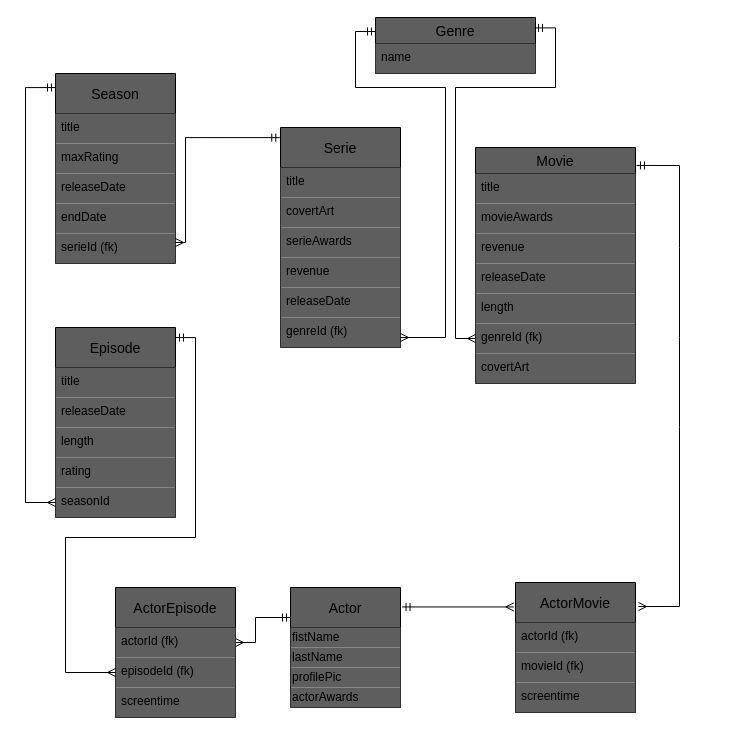
Earlier version of the draw.io diagram docs/der.drawio (Mazeb9108/dh-rec-individual). Source tidied: cells renumbered, new cells numbered last; positions are measured from the earlier drawing's top-left corner, leaving out a move shared by most shapes. Both pictures are drawn from the tidied source at 100%, with x=0, y=0 at pixel (25, 17).
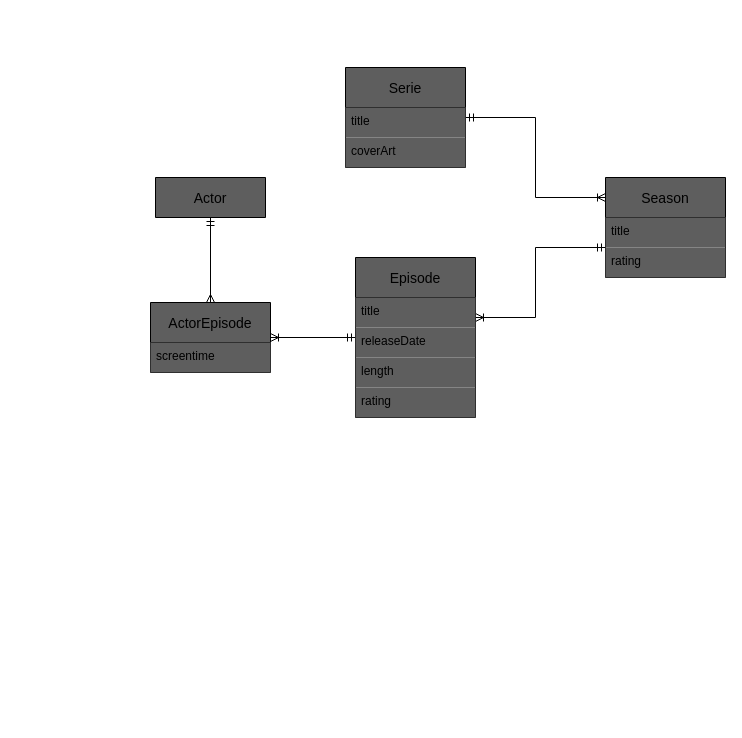
The same page after the edit.

What changed in the source:
```diff
@@
+    <mxCell id="53" style="edgeStyle=orthogonalEdgeStyle;rounded=0;jettySize=auto;html=1;startArrow=ERoneToMany;startFill=0;endArrow=ERmandOne;endFill=0;" parent="1" edge="1" source="16" target="3">
+      <mxGeometry relative="1" as="geometry">
+        <Array as="points">
+          <mxPoint x="510" y="300" />
+          <mxPoint x="510" y="230" />
+        </Array>
+      </mxGeometry>
+    </mxCell>
+    <mxCell id="54" style="edgeStyle=orthogonalEdgeStyle;rounded=0;jettySize=auto;html=1;startArrow=ERoneToMany;startFill=0;endArrow=ERmandOne;endFill=0;" parent="1" edge="1" source="3" target="9">
+      <mxGeometry relative="1" as="geometry">
+        <Array as="points">
+          <mxPoint x="510" y="180" />
+          <mxPoint x="510" y="100" />
+        </Array>
+      </mxGeometry>
+    </mxCell>
+    <mxCell id="55" style="edgeStyle=orthogonalEdgeStyle;rounded=0;jettySize=auto;html=1;startArrow=ERoneToMany;startFill=0;endArrow=ERmandOne;endFill=0;" parent="1" edge="1" source="22" target="16">
+      <mxGeometry relative="1" as="geometry" />
+    </mxCell>
-    <mxCell id="2" style="edgeStyle=orthogonalEdgeStyle;rounded=0;jettySize=auto;html=1;startArrow=ERmany;startFill=0;endArrow=ERmandOne;endFill=0;" parent="1" edge="1" source="23" target="26">
-      <mxGeometry relative="1" as="geometry">
-        <Array as="points">
-          <mxPoint x="230" y="625" />
-          <mxPoint x="230" y="600" />
-        </Array>
-      </mxGeometry>
+    <mxCell id="2" style="edgeStyle=orthogonalEdgeStyle;rounded=0;jettySize=auto;html=1;startArrow=ERmany;startFill=0;endArrow=ERmandOne;endFill=0;" parent="1" edge="1" source="22" target="26">
+      <mxGeometry relative="1" as="geometry" />
     </mxCell>
     <mxCell id="3" value="Season" style="swimlane;fontStyle=0;horizontal=1;startSize=40;align=center;fontSize=14;fillColor=#5E5E5E;" parent="1" vertex="1">
-      <mxGeometry x="30" y="56" width="120" height="190" as="geometry" />
+      <mxGeometry x="580" y="160" width="120" height="100" as="geometry" />
     </mxCell>
@@
-    <mxCell id="5" value="maxRating" style="text;strokeColor=none;fillColor=#5E5E5E;spacingLeft=4;spacingRight=4;overflow=hidden;points=[[0,0.5],[1,0.5]];portConstraint=eastwest;fontSize=12;" parent="3" vertex="1">
+    <mxCell id="5" value="rating" style="text;strokeColor=none;fillColor=#5E5E5E;spacingLeft=4;spacingRight=4;overflow=hidden;points=[[0,0.5],[1,0.5]];portConstraint=eastwest;fontSize=12;" parent="3" vertex="1">
       <mxGeometry y="70" width="120" height="30" as="geometry" />
     </mxCell>
-    <mxCell id="6" value="releaseDate" style="text;strokeColor=none;fillColor=#5E5E5E;spacingLeft=4;spacingRight=4;overflow=hidden;fontSize=12;" parent="3" vertex="1">
-      <mxGeometry y="100" width="120" height="30" as="geometry" />
-    </mxCell>
-    <mxCell id="7" value="endDate" style="text;strokeColor=none;fillColor=#5E5E5E;spacingLeft=4;spacingRight=4;overflow=hidden;fontSize=12;" parent="3" vertex="1">
-      <mxGeometry y="130" width="120" height="30" as="geometry" />
-    </mxCell>
-    <mxCell id="8" value="serieId (fk)" style="text;strokeColor=none;fillColor=#5E5E5E;spacingLeft=4;spacingRight=4;overflow=hidden;points=[[0,0.5],[1,0.5]];portConstraint=eastwest;fontSize=12;" parent="3" vertex="1">
-      <mxGeometry y="160" width="120" height="30" as="geometry" />
-    </mxCell>
     <mxCell id="9" value="Serie" style="swimlane;fontStyle=0;horizontal=1;startSize=40;align=center;fontSize=14;fillColor=#5E5E5E;" parent="1" vertex="1">
-      <mxGeometry x="255" y="110" width="120" height="220" as="geometry" />
+      <mxGeometry x="320" y="50" width="120" height="100" as="geometry" />
     </mxCell>
@@
-    <mxCell id="11" value="covertArt" style="text;strokeColor=none;fillColor=#5E5E5E;spacingLeft=4;spacingRight=4;overflow=hidden;fontSize=12;" parent="9" vertex="1">
+    <mxCell id="11" value="coverArt" style="text;strokeColor=none;fillColor=#5E5E5E;spacingLeft=4;spacingRight=4;overflow=hidden;fontSize=12;" parent="9" vertex="1">
       <mxGeometry y="70" width="120" height="30" as="geometry" />
     </mxCell>
-    <mxCell id="12" value="serieAwards" style="text;strokeColor=none;fillColor=#5E5E5E;spacingLeft=4;spacingRight=4;overflow=hidden;fontSize=12;" parent="9" vertex="1">
-      <mxGeometry y="100" width="120" height="30" as="geometry" />
-    </mxCell>
-    <mxCell id="13" value="revenue" style="text;strokeColor=none;fillColor=#5E5E5E;spacingLeft=4;spacingRight=4;overflow=hidden;fontSize=12;" parent="9" vertex="1">
-      <mxGeometry y="130" width="120" height="30" as="geometry" />
-    </mxCell>
-    <mxCell id="14" value="releaseDate" style="text;strokeColor=none;fillColor=#5E5E5E;spacingLeft=4;spacingRight=4;overflow=hidden;fontSize=12;" parent="9" vertex="1">
-      <mxGeometry y="160" width="120" height="30" as="geometry" />
-    </mxCell>
-    <mxCell id="15" value="genreId (fk)" style="text;strokeColor=none;fillColor=#5E5E5E;spacingLeft=4;spacingRight=4;overflow=hidden;points=[[0,0.5],[1,0.5]];portConstraint=eastwest;fontSize=12;" parent="9" vertex="1">
-      <mxGeometry y="190" width="120" height="30" as="geometry" />
-    </mxCell>
     <mxCell id="16" value="Episode" style="swimlane;fontStyle=0;horizontal=1;startSize=40;align=center;fontSize=14;fillColor=#5E5E5E;" parent="1" vertex="1">
-      <mxGeometry x="30" y="310" width="120" height="190" as="geometry" />
+      <mxGeometry x="330" y="240" width="120" height="160" as="geometry" />
     </mxCell>
@@
-    <mxCell id="21" value="seasonId" style="text;strokeColor=none;fillColor=#5E5E5E;spacingLeft=4;spacingRight=4;overflow=hidden;points=[[0,0.5],[1,0.5]];portConstraint=eastwest;fontSize=12;" parent="16" vertex="1">
-      <mxGeometry y="160" width="120" height="30" as="geometry" />
-    </mxCell>
     <mxCell id="22" value="ActorEpisode" style="swimlane;fontStyle=0;horizontal=1;startSize=40;align=center;fontSize=14;fillColor=#5E5E5E;" parent="1" vertex="1">
-      <mxGeometry x="90" y="570" width="120" height="130" as="geometry" />
+      <mxGeometry x="125" y="285" width="120" height="70" as="geometry" />
     </mxCell>
-    <mxCell id="23" value="actorId (fk)" style="text;strokeColor=none;fillColor=#5E5E5E;spacingLeft=4;spacingRight=4;overflow=hidden;points=[[0,0.5],[1,0.5]];portConstraint=eastwest;fontSize=12;" parent="22" vertex="1">
+    <mxCell id="23" value="screentime" style="text;strokeColor=none;fillColor=#5E5E5E;spacingLeft=4;spacingRight=4;overflow=hidden;points=[[0,0.5],[1,0.5]];portConstraint=eastwest;fontSize=12;" parent="22" vertex="1">
       <mxGeometry y="40" width="120" height="30" as="geometry" />
     </mxCell>
-    <mxCell id="24" value="episodeId (fk)" style="text;strokeColor=none;fillColor=#5E5E5E;spacingLeft=4;spacingRight=4;overflow=hidden;points=[[0,0.5],[1,0.5]];portConstraint=eastwest;fontSize=12;" parent="22" vertex="1">
-      <mxGeometry y="70" width="120" height="30" as="geometry" />
-    </mxCell>
-    <mxCell id="25" value="screentime" style="text;strokeColor=none;fillColor=#5E5E5E;spacingLeft=4;spacingRight=4;overflow=hidden;fontSize=12;" parent="22" vertex="1">
-      <mxGeometry y="100" width="120" height="30" as="geometry" />
-    </mxCell>
-    <mxCell id="26" value="Actor" style="swimlane;fontStyle=0;horizontal=1;startSize=40;align=center;fontSize=14;fillColor=#5E5E5E;" parent="1" vertex="1">
-      <mxGeometry x="265" y="570" width="110" height="120" as="geometry" />
+    <mxCell id="26" value="Actor" style="swimlane;fontStyle=0;horizontal=1;startSize=40;align=center;fontSize=14;fillColor=#5E5E5E;" parent="1" vertex="1" collapsed="1">
+      <mxGeometry x="130" y="160" width="110" height="40" as="geometry" />
     </mxCell>
-    <mxCell id="27" value="fistName" style="text;html=1;align=left;verticalAlign=middle;fillColor=#5E5E5E;" parent="26" vertex="1">
-      <mxGeometry y="40" width="110" height="20" as="geometry" />
-    </mxCell>
-    <mxCell id="28" value="lastName" style="text;html=1;align=left;verticalAlign=middle;fillColor=#5E5E5E;" parent="26" vertex="1">
-      <mxGeometry y="60" width="110" height="20" as="geometry" />
-    </mxCell>
-    <mxCell id="29" value="profilePic" style="text;html=1;align=left;verticalAlign=middle;fillColor=#5E5E5E;" parent="26" vertex="1">
-      <mxGeometry y="80" width="110" height="20" as="geometry" />
-    </mxCell>
-    <mxCell id="30" value="actorAwards" style="text;html=1;align=left;verticalAlign=middle;fillColor=#5E5E5E;" parent="26" vertex="1">
-      <mxGeometry y="100" width="110" height="20" as="geometry" />
-    </mxCell>
-    <mxCell id="31" style="edgeStyle=none;rounded=0;jettySize=auto;html=1;strokeColor=none;endArrow=ERmandOne;endFill=0;startArrow=ERmany;startFill=0;" parent="1" edge="1" source="5">
-      <mxGeometry relative="1" as="geometry">
-        <mxPoint x="61" y="349" as="targetPoint" />
-        <Array as="points">
-          <mxPoint x="61" y="300" />
-          <mxPoint x="61" y="330" />
-        </Array>
-      </mxGeometry>
-    </mxCell>
-    <mxCell id="32" value="Genre" style="swimlane;fontStyle=0;horizontal=1;startSize=26;align=center;fontSize=14;fillColor=#5E5E5E;" parent="1" vertex="1">
-      <mxGeometry x="350" width="160" height="56" as="geometry" />
-    </mxCell>
-    <mxCell id="33" value="name" style="text;strokeColor=none;fillColor=#5E5E5E;spacingLeft=4;spacingRight=4;overflow=hidden;fontSize=12;" parent="32" vertex="1">
-      <mxGeometry y="26" width="160" height="30" as="geometry" />
-    </mxCell>
-    <mxCell id="34" style="edgeStyle=none;rounded=0;jettySize=auto;html=1;startArrow=ERmandOne;startFill=0;endArrow=ERmany;endFill=0;entryX=1.025;entryY=0.185;entryDx=0;entryDy=0;entryPerimeter=0;exitX=1.006;exitY=0.076;exitDx=0;exitDy=0;exitPerimeter=0;" parent="1" edge="1" source="35" target="43">
-      <mxGeometry relative="1" as="geometry">
-        <Array as="points">
-          <mxPoint x="654" y="148" />
-          <mxPoint x="654" y="230" />
-          <mxPoint x="654" y="320" />
-          <mxPoint x="654" y="410" />
-          <mxPoint x="654" y="589" />
-        </Array>
-      </mxGeometry>
-    </mxCell>
-    <mxCell id="35" value="Movie" style="swimlane;fontStyle=0;horizontal=1;startSize=26;align=center;fontSize=14;fillColor=#5E5E5E;" parent="1" vertex="1">
-      <mxGeometry x="450" y="130" width="160" height="236" as="geometry" />
-    </mxCell>
-    <mxCell id="36" value="title" style="text;strokeColor=none;fillColor=#5E5E5E;spacingLeft=4;spacingRight=4;overflow=hidden;fontSize=12;" parent="35" vertex="1">
-      <mxGeometry y="26" width="160" height="30" as="geometry" />
-    </mxCell>
-    <mxCell id="37" value="movieAwards" style="text;strokeColor=none;fillColor=#5E5E5E;spacingLeft=4;spacingRight=4;overflow=hidden;fontSize=12;" parent="35" vertex="1">
-      <mxGeometry y="56" width="160" height="30" as="geometry" />
-    </mxCell>
-    <mxCell id="38" value="revenue" style="text;strokeColor=none;fillColor=#5E5E5E;spacingLeft=4;spacingRight=4;overflow=hidden;fontSize=12;" parent="35" vertex="1">
-      <mxGeometry y="86" width="160" height="30" as="geometry" />
-    </mxCell>
-    <mxCell id="39" value="releaseDate" style="text;strokeColor=none;fillColor=#5E5E5E;spacingLeft=4;spacingRight=4;overflow=hidden;fontSize=12;" parent="35" vertex="1">
-      <mxGeometry y="116" width="160" height="30" as="geometry" />
-    </mxCell>
-    <mxCell id="40" value="length" style="text;strokeColor=none;fillColor=#5E5E5E;spacingLeft=4;spacingRight=4;overflow=hidden;fontSize=12;" parent="35" vertex="1">
-      <mxGeometry y="146" width="160" height="30" as="geometry" />
-    </mxCell>
-    <mxCell id="41" value="genreId (fk)" style="text;strokeColor=none;fillColor=#5E5E5E;spacingLeft=4;spacingRight=4;overflow=hidden;points=[[0,0.5],[1,0.5]];portConstraint=eastwest;fontSize=12;" parent="35" vertex="1">
-      <mxGeometry y="176" width="160" height="30" as="geometry" />
-    </mxCell>
-    <mxCell id="42" value="covertArt" style="text;strokeColor=none;fillColor=#5E5E5E;spacingLeft=4;spacingRight=4;overflow=hidden;fontSize=12;" parent="35" vertex="1">
-      <mxGeometry y="206" width="160" height="30" as="geometry" />
-    </mxCell>
-    <mxCell id="43" value="ActorMovie" style="swimlane;fontStyle=0;horizontal=1;startSize=40;align=center;fontSize=14;fillColor=#5E5E5E;" parent="1" vertex="1">
-      <mxGeometry x="490" y="565" width="120" height="130" as="geometry" />
-    </mxCell>
-    <mxCell id="44" value="actorId (fk)" style="text;strokeColor=none;fillColor=#5E5E5E;spacingLeft=4;spacingRight=4;overflow=hidden;fontSize=12;" parent="43" vertex="1">
-      <mxGeometry y="40" width="120" height="30" as="geometry" />
-    </mxCell>
-    <mxCell id="45" value="movieId (fk)" style="text;strokeColor=none;fillColor=#5E5E5E;spacingLeft=4;spacingRight=4;overflow=hidden;fontSize=12;" parent="43" vertex="1">
-      <mxGeometry y="70" width="120" height="30" as="geometry" />
-    </mxCell>
-    <mxCell id="46" value="screentime" style="text;strokeColor=none;fillColor=#5E5E5E;spacingLeft=4;spacingRight=4;overflow=hidden;fontSize=12;" parent="43" vertex="1">
-      <mxGeometry y="100" width="120" height="30" as="geometry" />
-    </mxCell>
-    <mxCell id="47" style="edgeStyle=orthogonalEdgeStyle;rounded=0;jettySize=auto;html=1;exitX=-0.014;exitY=0.188;exitDx=0;exitDy=0;exitPerimeter=0;endArrow=ERmandOne;endFill=0;startArrow=ERmany;startFill=0;entryX=1.014;entryY=0.162;entryDx=0;entryDy=0;entryPerimeter=0;" parent="1" edge="1" source="43" target="26">
-      <mxGeometry relative="1" as="geometry" />
-    </mxCell>
-    <mxCell id="48" style="edgeStyle=orthogonalEdgeStyle;rounded=0;jettySize=auto;html=1;startArrow=ERmany;startFill=0;endArrow=ERmandOne;endFill=0;entryX=0;entryY=0.25;entryDx=0;entryDy=0;" parent="1" edge="1" source="15" target="32">
-      <mxGeometry relative="1" as="geometry">
-        <Array as="points">
-          <mxPoint x="420" y="320" />
-          <mxPoint x="420" y="70" />
-          <mxPoint x="330" y="70" />
-          <mxPoint x="330" y="14" />
-        </Array>
-      </mxGeometry>
-    </mxCell>
-    <mxCell id="49" style="edgeStyle=orthogonalEdgeStyle;rounded=0;jettySize=auto;html=1;startArrow=ERmany;startFill=0;endArrow=ERmandOne;endFill=0;exitX=0;exitY=0.5;exitDx=0;exitDy=0;entryX=0.994;entryY=0.186;entryDx=0;entryDy=0;entryPerimeter=0;" parent="1" edge="1" source="41" target="32">
-      <mxGeometry relative="1" as="geometry">
-        <Array as="points">
-          <mxPoint x="430" y="321" />
-          <mxPoint x="430" y="70" />
-          <mxPoint x="530" y="70" />
-          <mxPoint x="530" y="10" />
-        </Array>
-      </mxGeometry>
-    </mxCell>
-    <mxCell id="50" style="edgeStyle=orthogonalEdgeStyle;rounded=0;jettySize=auto;html=1;startArrow=ERmany;startFill=0;endArrow=ERmandOne;endFill=0;entryX=-0.006;entryY=0.046;entryDx=0;entryDy=0;entryPerimeter=0;" parent="1" edge="1" source="8" target="9">
-      <mxGeometry relative="1" as="geometry">
-        <Array as="points">
-          <mxPoint x="160" y="225" />
-          <mxPoint x="160" y="120" />
-        </Array>
-      </mxGeometry>
-    </mxCell>
-    <mxCell id="51" style="edgeStyle=orthogonalEdgeStyle;rounded=0;jettySize=auto;html=1;startArrow=ERmany;startFill=0;endArrow=ERmandOne;endFill=0;entryX=0;entryY=0.074;entryDx=0;entryDy=0;entryPerimeter=0;" parent="1" edge="1" source="21" target="3">
-      <mxGeometry relative="1" as="geometry">
-        <Array as="points">
-          <mxPoint y="485" />
-          <mxPoint y="70" />
-        </Array>
-      </mxGeometry>
-    </mxCell>
-    <mxCell id="52" style="edgeStyle=orthogonalEdgeStyle;rounded=0;jettySize=auto;html=1;startArrow=ERmany;startFill=0;endArrow=ERmandOne;endFill=0;entryX=1;entryY=0.053;entryDx=0;entryDy=0;entryPerimeter=0;" parent="1" edge="1" source="24" target="16">
-      <mxGeometry relative="1" as="geometry">
-        <Array as="points">
-          <mxPoint x="40" y="655" />
-          <mxPoint x="40" y="520" />
-          <mxPoint x="170" y="520" />
-          <mxPoint x="170" y="320" />
-        </Array>
-      </mxGeometry>
-    </mxCell>
```
